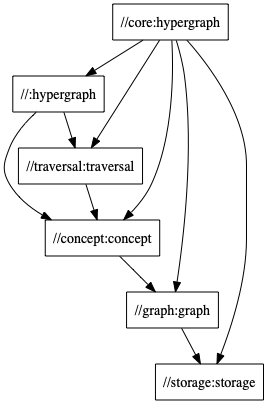
Above: diagrams/package-structure.png in typedb/typedb (Graphviz), before the change. Its source is kept beside it as diagrams/package-structure.dot.
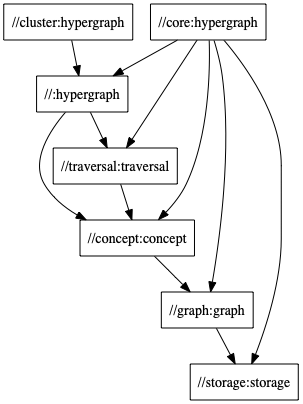
Above is the later version.

Commit message:
Regenerate package-structure diagram

The edit, as a diff of the source:
```diff
@@ -1,5 +1,7 @@
 digraph mygraph {
   node [shape=box];
+  "//cluster:hypergraph"
+  "//cluster:hypergraph" -> "//:hypergraph"
   "//core:hypergraph"
   "//core:hypergraph" -> "//:hypergraph"
   "//core:hypergraph" -> "//concept:concept"
```
